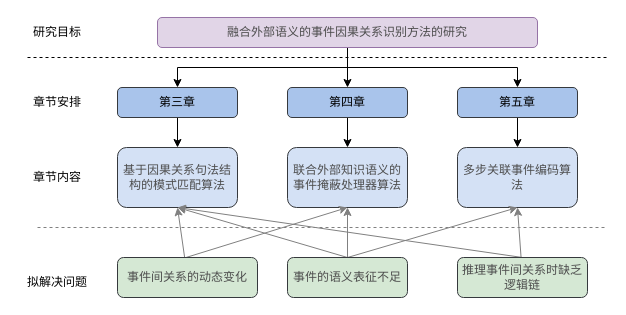
JiaXinLI98/myProject keeps this draw.io diagram as page "章节布局" (9 of 16) of 2.drawio. Above is the earlier version. Source tidied: cells renumbered, new cells numbered last; positions are measured from the earlier drawing's top-left corner, leaving out a move shared by most shapes. Both pictures are drawn from the tidied source at 100%, with x=0, y=0 at pixel (17, 17).
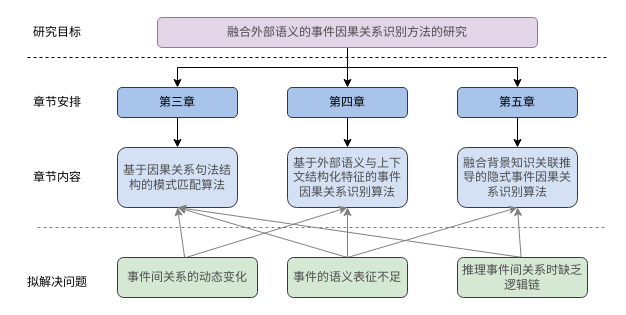
After the change.

What changed in the source:
```diff
@@
-    <mxCell id="13" value="联合外部知识语义的事件掩蔽处理器算法" style="rounded=1;whiteSpace=wrap;html=1;fillColor=#D4E1F5;strokeColor=#36393d;fontColor=#4D4D4D;" parent="1" vertex="1">
+    <mxCell id="13" value="基于外部语义与上下文结构化特征的事件因果关系识别算法" style="rounded=1;whiteSpace=wrap;html=1;fillColor=#D4E1F5;strokeColor=#36393d;fontColor=#4D4D4D;" parent="1" vertex="1">
       <mxGeometry x="270" y="130" width="120" height="60" as="geometry" />
     </mxCell>
-    <mxCell id="14" value="多步关联事件编码算法" style="rounded=1;whiteSpace=wrap;html=1;fillColor=#D4E1F5;strokeColor=#36393d;fontColor=#4D4D4D;" parent="1" vertex="1">
+    <mxCell id="14" value="融合背景知识关联推导的隐式事件因果关系识别算法" style="rounded=1;whiteSpace=wrap;html=1;fillColor=#D4E1F5;strokeColor=#36393d;fontColor=#4D4D4D;" parent="1" vertex="1">
       <mxGeometry x="440" y="130" width="120" height="60" as="geometry" />
     </mxCell>
```
